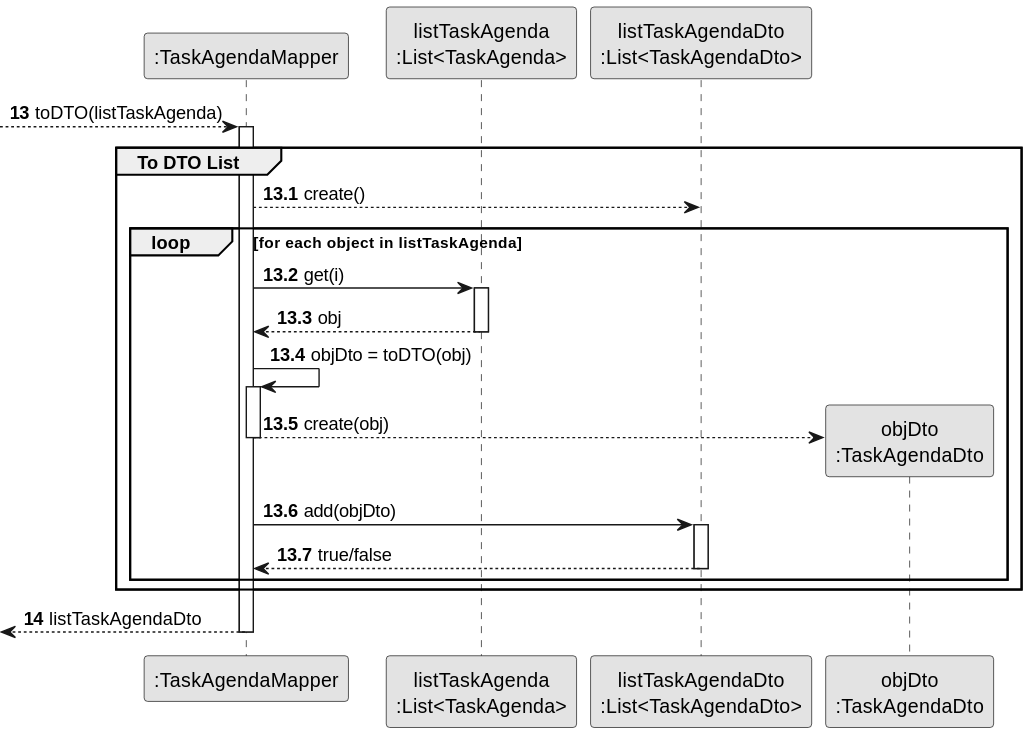
Earlier version of the PlantUML export docs/sprint3/us23/03.design/svg/us23-partial-sequence-diagram-DTO-TaskAgenda.svg (Departamento-de-Engenharia-Informatica/lei-24-s2-1db-g022). Its diagram source:
```plantuml
@startuml
skinparam monochrome true
skinparam packageStyle rectangle
skinparam shadowing false

participant ":TaskAgendaMapper" as TEAMMP
participant "listTaskAgenda\n:List<TaskAgenda>" as TEAMLIST
participant "listTaskAgendaDto\n:List<TaskAgendaDto>" as LSTEAMDTO
participant "objDto\n:TaskAgendaDto" as DTOTEAM

autonumber 13

--> TEAMMP : toDTO(listTaskAgenda)

autonumber 13.1

activate TEAMMP

group To DTO List

TEAMMP --> LSTEAMDTO : create()

loop for each object in listTaskAgenda

TEAMMP -> TEAMLIST : get(i)

activate TEAMLIST

TEAMLIST --> TEAMMP : obj

deactivate TEAMLIST

TEAMMP -> TEAMMP : objDto = toDTO(obj)

activate TEAMMP

TEAMMP --> DTOTEAM** : create(obj)

deactivate TEAMMP

TEAMMP -> LSTEAMDTO : add(objDto)

activate LSTEAMDTO

LSTEAMDTO --> TEAMMP : true/false

deactivate LSTEAMDTO

end

end

autonumber 14

<-- TEAMMP : listTaskAgendaDto

deactivate TEAMMP
@enduml
```
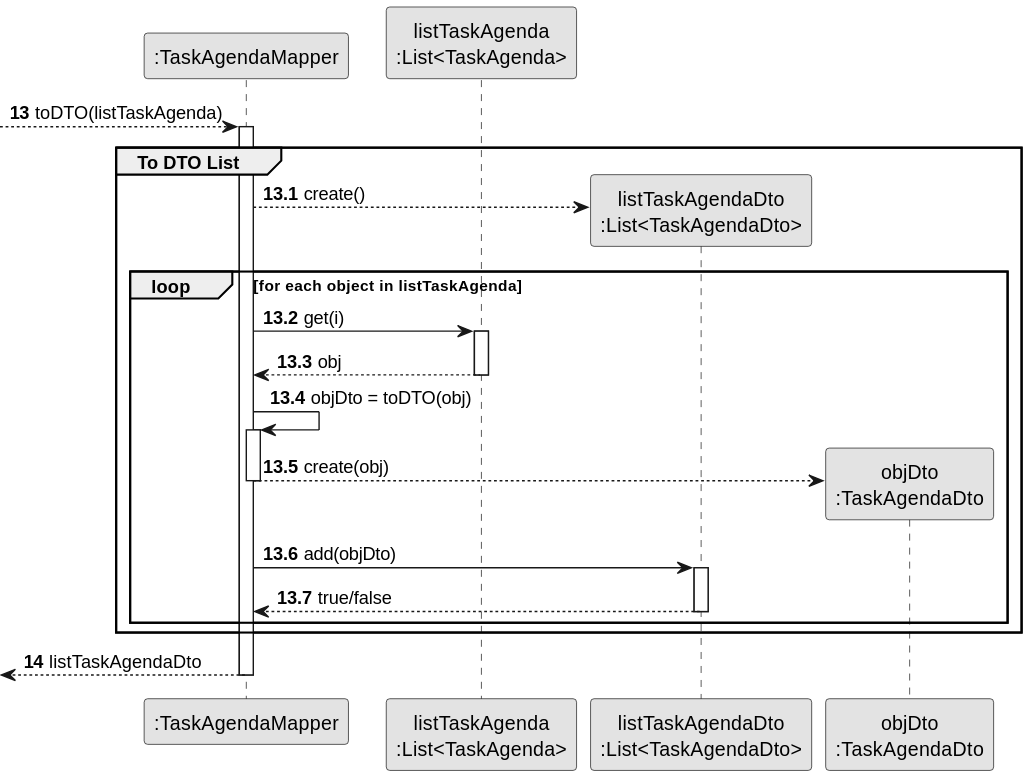
After the commit.

Commit message:
Rectification DTO partial diagram US20,US21,US23

Diff of the diagram source:
```diff
@@ -18,7 +18,7 @@
 
 group To DTO List
 
-TEAMMP --> LSTEAMDTO : create()
+TEAMMP --> LSTEAMDTO** : create()
 
 loop for each object in listTaskAgenda
 
```
